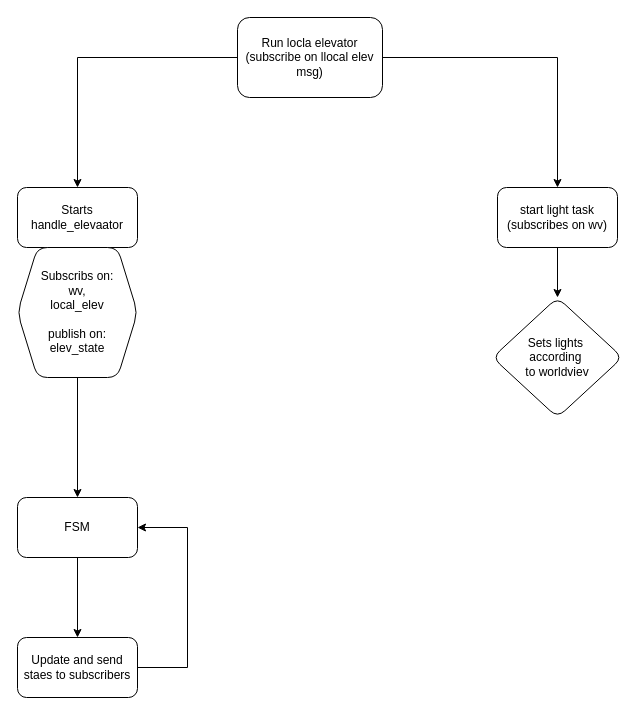
Adriaeik/TTK4145-Prosjekt-AIS keeps this draw.io diagram as page "elevator_logic" (8 of 12) of elevator_pro_rebrand/Flowcharts/elevatorpro.drawio. Above is the earlier version. Source tidied: cells renumbered, new cells numbered last; positions are measured from the earlier drawing's top-left corner, leaving out a move shared by most shapes. Both pictures are drawn from the tidied source at 100%, with x=0, y=0 at pixel (17, 17).
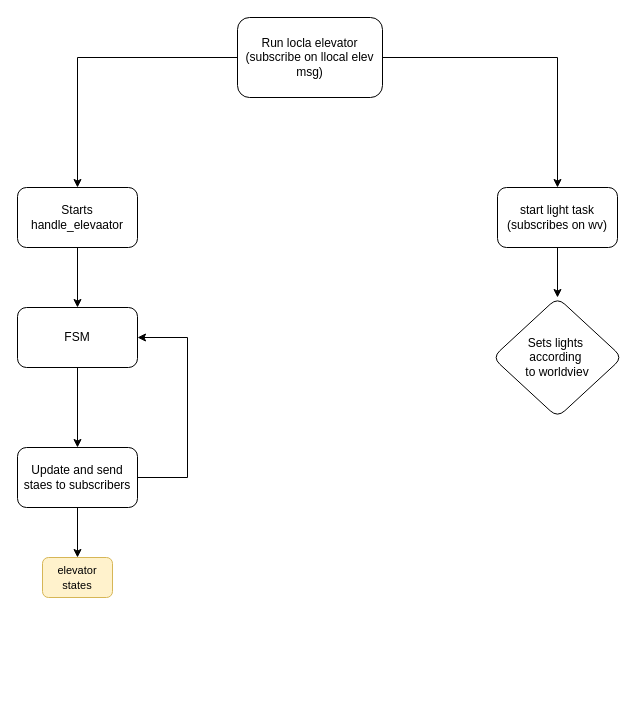
Above is the later version.

The edit, as a diff of the source:
```diff
@@
 <mxGraphModel>
   <root>
     <mxCell id="0" />
     <mxCell id="1" parent="0" />
     <mxCell id="2" style="edgeStyle=orthogonalEdgeStyle;rounded=0;jettySize=auto;html=1;" parent="1" edge="1" source="4" target="6">
       <mxGeometry relative="1" as="geometry" />
     </mxCell>
     <mxCell id="3" style="edgeStyle=orthogonalEdgeStyle;rounded=0;jettySize=auto;html=1;" parent="1" edge="1" source="4" target="8">
       <mxGeometry relative="1" as="geometry" />
     </mxCell>
     <mxCell id="4" value="Run locla elevator&lt;div&gt;(subscribe on llocal elev msg)&lt;/div&gt;" style="rounded=1;whiteSpace=wrap;html=1;" parent="1" vertex="1">
       <mxGeometry x="220" width="145" height="80" as="geometry" />
     </mxCell>
-    <mxCell id="5" style="edgeStyle=orthogonalEdgeStyle;rounded=0;jettySize=auto;html=1;" parent="1" edge="1" source="6" target="11">
-      <mxGeometry relative="1" as="geometry" />
-    </mxCell>
+    <mxCell id="16" style="edgeStyle=orthogonalEdgeStyle;rounded=0;jettySize=auto;html=1;" parent="1" edge="1" source="6" target="13">
+      <mxGeometry relative="1" as="geometry" />
+    </mxCell>
     <mxCell id="6" value="Starts handle_elevaator" style="whiteSpace=wrap;html=1;rounded=1;" parent="1" vertex="1">
       <mxGeometry y="170" width="120" height="60" as="geometry" />
     </mxCell>
     <mxCell id="7" style="edgeStyle=orthogonalEdgeStyle;rounded=0;jettySize=auto;html=1;" parent="1" edge="1" source="8" target="9">
       <mxGeometry relative="1" as="geometry" />
     </mxCell>
     <mxCell id="8" value="start light task&lt;div&gt;(subscribes on wv)&lt;/div&gt;" style="whiteSpace=wrap;html=1;rounded=1;" parent="1" vertex="1">
       <mxGeometry x="480" y="170" width="120" height="60" as="geometry" />
     </mxCell>
     <mxCell id="9" value="Sets lights&amp;nbsp;&lt;div&gt;according&amp;nbsp;&lt;div&gt;to worldviev&lt;/div&gt;&lt;/div&gt;" style="rhombus;whiteSpace=wrap;html=1;rounded=1;" parent="1" vertex="1">
       <mxGeometry x="475" y="280" width="130" height="120" as="geometry" />
     </mxCell>
-    <mxCell id="10" style="edgeStyle=orthogonalEdgeStyle;rounded=0;jettySize=auto;html=1;" parent="1" edge="1" source="11" target="13">
-      <mxGeometry relative="1" as="geometry" />
-    </mxCell>
-    <mxCell id="11" value="Subscribs on:&lt;div&gt;wv,&lt;/div&gt;&lt;div&gt;local_elev&lt;/div&gt;&lt;div&gt;&lt;br&gt;&lt;/div&gt;&lt;div&gt;publish on:&lt;/div&gt;&lt;div&gt;elev_state&lt;/div&gt;" style="shape=hexagon;perimeter=hexagonPerimeter2;whiteSpace=wrap;html=1;fixedSize=1;rounded=1;" parent="1" vertex="1">
-      <mxGeometry y="230" width="120" height="130" as="geometry" />
-    </mxCell>
     <mxCell id="12" style="edgeStyle=orthogonalEdgeStyle;rounded=0;jettySize=auto;html=1;" parent="1" edge="1" source="13" target="15">
       <mxGeometry relative="1" as="geometry" />
     </mxCell>
     <mxCell id="13" value="FSM" style="whiteSpace=wrap;html=1;rounded=1;" parent="1" vertex="1">
-      <mxGeometry y="480" width="120" height="60" as="geometry" />
+      <mxGeometry y="290" width="120" height="60" as="geometry" />
     </mxCell>
     <mxCell id="14" style="edgeStyle=orthogonalEdgeStyle;rounded=0;jettySize=auto;html=1;exitX=1;exitY=0.5;exitDx=0;exitDy=0;entryX=1;entryY=0.5;entryDx=0;entryDy=0;" parent="1" edge="1" source="15" target="13">
       <mxGeometry relative="1" as="geometry">
         <Array as="points">
-          <mxPoint x="170" y="650" />
-          <mxPoint x="170" y="510" />
+          <mxPoint x="170" y="460" />
+          <mxPoint x="170" y="320" />
         </Array>
       </mxGeometry>
     </mxCell>
+    <mxCell id="17" style="edgeStyle=orthogonalEdgeStyle;rounded=0;jettySize=auto;html=1;" parent="1" edge="1" source="15" target="18">
+      <mxGeometry relative="1" as="geometry" />
+    </mxCell>
     <mxCell id="15" value="Update and send staes to subscribers" style="rounded=1;whiteSpace=wrap;html=1;" parent="1" vertex="1">
-      <mxGeometry y="620" width="120" height="60" as="geometry" />
+      <mxGeometry y="430" width="120" height="60" as="geometry" />
     </mxCell>
+    <mxCell id="18" value="&lt;span style=&quot;font-size: 11px; text-wrap: nowrap;&quot;&gt;elevator&lt;/span&gt;&lt;div&gt;&lt;span style=&quot;font-size: 11px; text-wrap: nowrap;&quot;&gt;states&lt;/span&gt;&lt;/div&gt;" style="rounded=1;whiteSpace=wrap;html=1;fillColor=#fff2cc;strokeColor=#d6b656;" parent="1" vertex="1">
+      <mxGeometry x="25" y="540" width="70" height="40" as="geometry" />
+    </mxCell>
   </root>
 </mxGraphModel>
```
